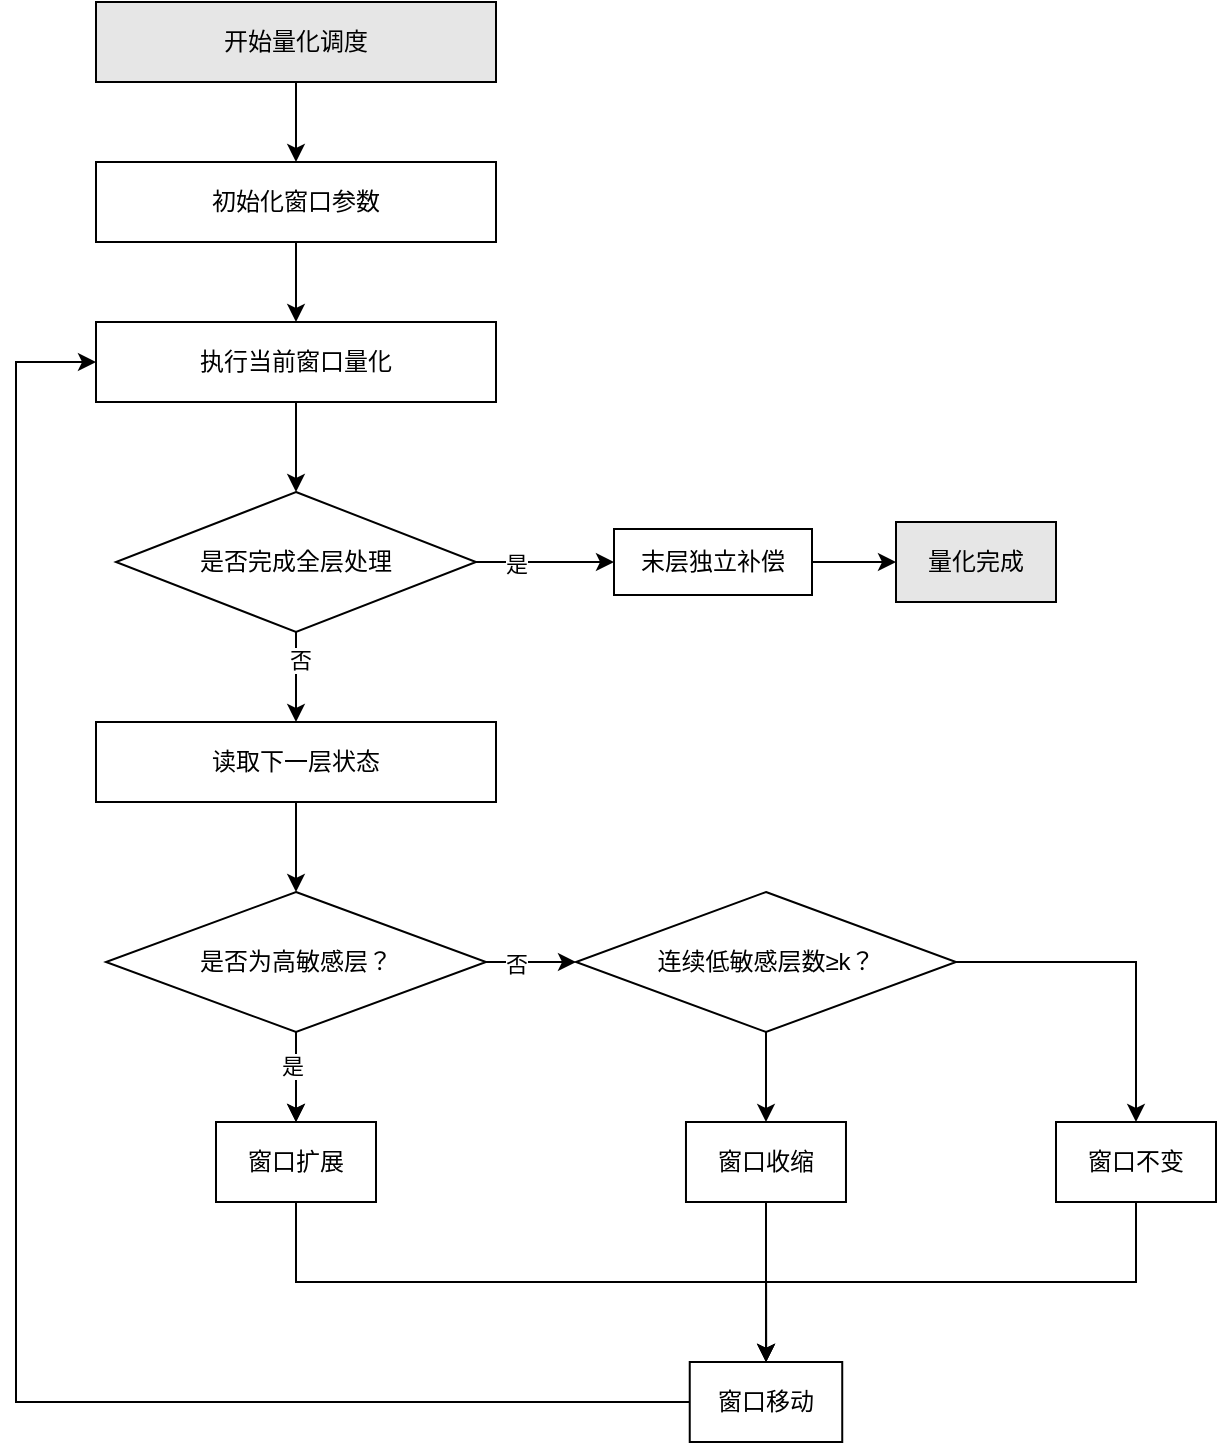
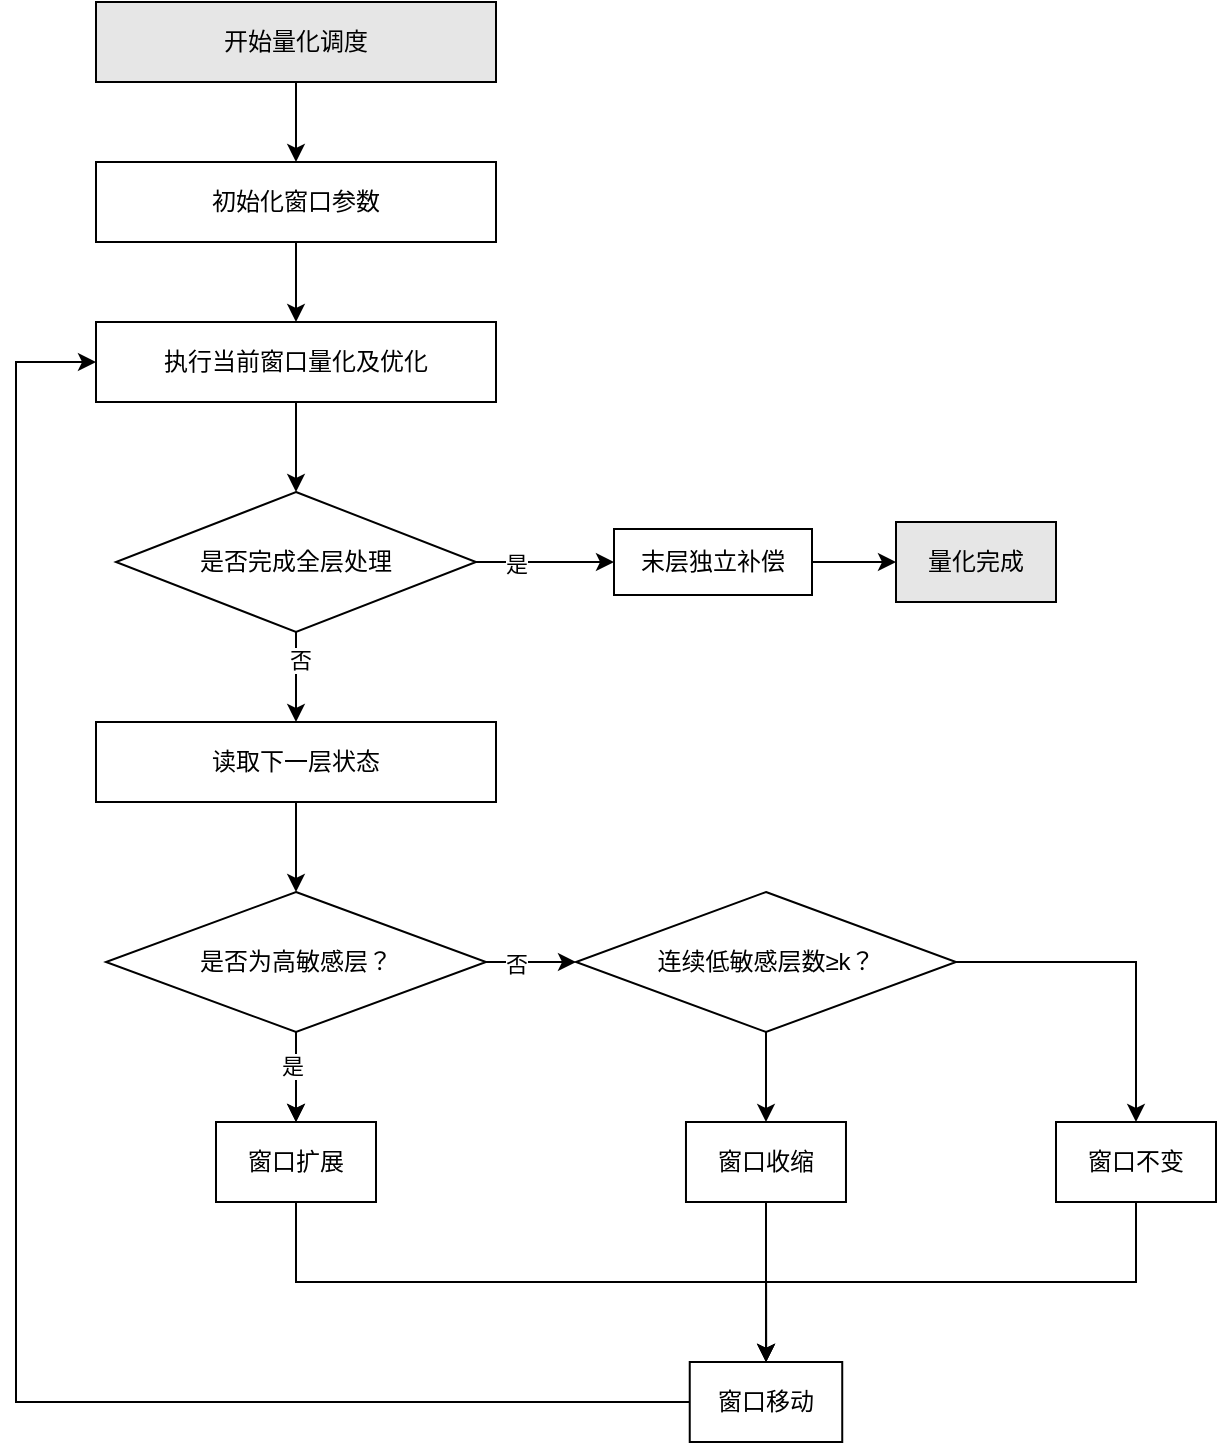
<mxfile host="app.diagrams.net">
  <diagram name="第 1 页" id="Gvp_QINvHkrtnrZvX9Gv">
-     <mxGraphModel dx="1534" dy="870" grid="1" gridSize="10" guides="1" tooltips="1" connect="1" arrows="1" fold="1" page="1" pageScale="1" pageWidth="827" pageHeight="1169" math="0" shadow="0">
+     <mxGraphModel dx="1534" dy="870" grid="0" gridSize="10" guides="1" tooltips="1" connect="1" arrows="1" fold="1" page="1" pageScale="1" pageWidth="827" pageHeight="1169" math="0" shadow="0">
      <root>
        <mxCell id="0" />
        <mxCell id="1" parent="0" />
        <mxCell id="nwyGrwcWHfGIsw75jdyE-1" edge="1" parent="1" source="nwyGrwcWHfGIsw75jdyE-2" style="edgeStyle=orthogonalEdgeStyle;rounded=0;orthogonalLoop=1;jettySize=auto;html=1;" target="nwyGrwcWHfGIsw75jdyE-4" value="">
          <mxGeometry relative="1" as="geometry" />
        </mxCell>
        <mxCell id="nwyGrwcWHfGIsw75jdyE-2" parent="1" style="rounded=0;whiteSpace=wrap;html=1;fillColor=#E6E6E6;" value="开始量化调度" vertex="1">
          <mxGeometry height="40" width="200" x="241" y="157" as="geometry" />
        </mxCell>
        <mxCell id="nwyGrwcWHfGIsw75jdyE-3" edge="1" parent="1" source="nwyGrwcWHfGIsw75jdyE-4" style="edgeStyle=orthogonalEdgeStyle;rounded=0;orthogonalLoop=1;jettySize=auto;html=1;" target="nwyGrwcWHfGIsw75jdyE-6" value="">
          <mxGeometry relative="1" as="geometry" />
        </mxCell>
        <mxCell id="nwyGrwcWHfGIsw75jdyE-4" parent="1" style="rounded=0;whiteSpace=wrap;html=1;" value="初始化窗口参数" vertex="1">
          <mxGeometry height="40" width="200" x="241" y="237" as="geometry" />
        </mxCell>
        <mxCell id="nwyGrwcWHfGIsw75jdyE-5" edge="1" parent="1" source="nwyGrwcWHfGIsw75jdyE-6" style="edgeStyle=orthogonalEdgeStyle;rounded=0;orthogonalLoop=1;jettySize=auto;html=1;" target="nwyGrwcWHfGIsw75jdyE-11" value="">
          <mxGeometry relative="1" as="geometry" />
        </mxCell>
-         <mxCell id="nwyGrwcWHfGIsw75jdyE-6" parent="1" style="rounded=0;whiteSpace=wrap;html=1;" value="执行当前窗口量化" vertex="1">
+         <mxCell id="nwyGrwcWHfGIsw75jdyE-6" parent="1" style="rounded=0;whiteSpace=wrap;html=1;" value="执行当前窗口量化及优化" vertex="1">
          <mxGeometry height="40" width="200" x="241" y="317" as="geometry" />
        </mxCell>
        <mxCell id="nwyGrwcWHfGIsw75jdyE-7" edge="1" parent="1" source="nwyGrwcWHfGIsw75jdyE-11" style="edgeStyle=orthogonalEdgeStyle;rounded=0;orthogonalLoop=1;jettySize=auto;html=1;" target="nwyGrwcWHfGIsw75jdyE-13" value="">
          <mxGeometry relative="1" as="geometry" />
        </mxCell>
        <mxCell id="nwyGrwcWHfGIsw75jdyE-8" connectable="0" parent="nwyGrwcWHfGIsw75jdyE-7" style="edgeLabel;html=1;align=center;verticalAlign=middle;resizable=0;points=[];" value="否" vertex="1">
          <mxGeometry relative="1" x="-0.38" y="2" as="geometry">
            <mxPoint as="offset" />
          </mxGeometry>
        </mxCell>
        <mxCell id="nwyGrwcWHfGIsw75jdyE-9" edge="1" parent="1" source="nwyGrwcWHfGIsw75jdyE-11" style="edgeStyle=orthogonalEdgeStyle;rounded=0;orthogonalLoop=1;jettySize=auto;html=1;" target="nwyGrwcWHfGIsw75jdyE-15" value="">
          <mxGeometry relative="1" as="geometry" />
        </mxCell>
        <mxCell id="nwyGrwcWHfGIsw75jdyE-10" connectable="0" parent="nwyGrwcWHfGIsw75jdyE-9" style="edgeLabel;html=1;align=center;verticalAlign=middle;resizable=0;points=[];" value="是" vertex="1">
          <mxGeometry relative="1" x="-0.4133" y="-1" as="geometry">
            <mxPoint as="offset" />
          </mxGeometry>
        </mxCell>
        <mxCell id="nwyGrwcWHfGIsw75jdyE-11" parent="1" style="rhombus;whiteSpace=wrap;html=1;" value="是否完成全层处理" vertex="1">
          <mxGeometry height="70" width="180" x="251" y="402" as="geometry" />
        </mxCell>
        <mxCell id="nwyGrwcWHfGIsw75jdyE-12" edge="1" parent="1" source="nwyGrwcWHfGIsw75jdyE-13" style="edgeStyle=orthogonalEdgeStyle;rounded=0;orthogonalLoop=1;jettySize=auto;html=1;" target="nwyGrwcWHfGIsw75jdyE-22" value="">
          <mxGeometry relative="1" as="geometry" />
        </mxCell>
        <mxCell id="nwyGrwcWHfGIsw75jdyE-13" parent="1" style="rounded=0;whiteSpace=wrap;html=1;" value="读取下一层状态" vertex="1">
          <mxGeometry height="40" width="200" x="241" y="517" as="geometry" />
        </mxCell>
        <mxCell id="nwyGrwcWHfGIsw75jdyE-14" edge="1" parent="1" source="nwyGrwcWHfGIsw75jdyE-15" style="edgeStyle=orthogonalEdgeStyle;rounded=0;orthogonalLoop=1;jettySize=auto;html=1;" target="nwyGrwcWHfGIsw75jdyE-16" value="">
          <mxGeometry relative="1" as="geometry" />
        </mxCell>
        <mxCell id="nwyGrwcWHfGIsw75jdyE-15" parent="1" style="rounded=0;whiteSpace=wrap;html=1;" value="末层独立补偿" vertex="1">
          <mxGeometry height="33" width="99" x="500" y="420.5" as="geometry" />
        </mxCell>
        <mxCell id="nwyGrwcWHfGIsw75jdyE-16" parent="1" style="rounded=0;whiteSpace=wrap;html=1;fillColor=#E6E6E6;" value="量化完成" vertex="1">
          <mxGeometry height="40" width="80" x="641" y="417" as="geometry" />
        </mxCell>
        <mxCell id="nwyGrwcWHfGIsw75jdyE-17" edge="1" parent="1" source="nwyGrwcWHfGIsw75jdyE-22" style="edgeStyle=orthogonalEdgeStyle;rounded=0;orthogonalLoop=1;jettySize=auto;html=1;" target="nwyGrwcWHfGIsw75jdyE-24" value="">
          <mxGeometry relative="1" as="geometry" />
        </mxCell>
        <mxCell id="nwyGrwcWHfGIsw75jdyE-18" edge="1" parent="1" source="nwyGrwcWHfGIsw75jdyE-22" style="edgeStyle=orthogonalEdgeStyle;rounded=0;orthogonalLoop=1;jettySize=auto;html=1;" target="nwyGrwcWHfGIsw75jdyE-24" value="">
          <mxGeometry relative="1" as="geometry" />
        </mxCell>
        <mxCell id="nwyGrwcWHfGIsw75jdyE-19" connectable="0" parent="nwyGrwcWHfGIsw75jdyE-18" style="edgeLabel;html=1;align=center;verticalAlign=middle;resizable=0;points=[];" value="是" vertex="1">
          <mxGeometry relative="1" x="-0.2599" y="-2" as="geometry">
            <mxPoint as="offset" />
          </mxGeometry>
        </mxCell>
        <mxCell id="nwyGrwcWHfGIsw75jdyE-20" edge="1" parent="1" source="nwyGrwcWHfGIsw75jdyE-22" style="edgeStyle=orthogonalEdgeStyle;rounded=0;orthogonalLoop=1;jettySize=auto;html=1;" target="nwyGrwcWHfGIsw75jdyE-27" value="">
          <mxGeometry relative="1" as="geometry" />
        </mxCell>
        <mxCell id="nwyGrwcWHfGIsw75jdyE-21" connectable="0" parent="nwyGrwcWHfGIsw75jdyE-20" style="edgeLabel;html=1;align=center;verticalAlign=middle;resizable=0;points=[];" value="否" vertex="1">
          <mxGeometry relative="1" x="-0.3481" y="-1" as="geometry">
            <mxPoint as="offset" />
          </mxGeometry>
        </mxCell>
        <mxCell id="nwyGrwcWHfGIsw75jdyE-22" parent="1" style="rhombus;whiteSpace=wrap;html=1;rounded=0;" value="是否为高敏感层？" vertex="1">
          <mxGeometry height="70" width="190" x="246" y="602" as="geometry" />
        </mxCell>
        <mxCell id="nwyGrwcWHfGIsw75jdyE-23" edge="1" parent="1" source="nwyGrwcWHfGIsw75jdyE-24" style="edgeStyle=orthogonalEdgeStyle;rounded=0;orthogonalLoop=1;jettySize=auto;html=1;exitX=0.5;exitY=1;exitDx=0;exitDy=0;" target="nwyGrwcWHfGIsw75jdyE-33" value="">
          <mxGeometry relative="1" as="geometry" />
        </mxCell>
        <mxCell id="nwyGrwcWHfGIsw75jdyE-24" parent="1" style="whiteSpace=wrap;html=1;rounded=0;" value="窗口扩展" vertex="1">
          <mxGeometry height="40" width="80" x="301" y="717" as="geometry" />
        </mxCell>
        <mxCell id="nwyGrwcWHfGIsw75jdyE-25" edge="1" parent="1" source="nwyGrwcWHfGIsw75jdyE-27" style="edgeStyle=orthogonalEdgeStyle;rounded=0;orthogonalLoop=1;jettySize=auto;html=1;" target="nwyGrwcWHfGIsw75jdyE-29" value="">
          <mxGeometry relative="1" as="geometry" />
        </mxCell>
        <mxCell id="nwyGrwcWHfGIsw75jdyE-26" edge="1" parent="1" source="nwyGrwcWHfGIsw75jdyE-27" style="edgeStyle=orthogonalEdgeStyle;rounded=0;orthogonalLoop=1;jettySize=auto;html=1;" target="nwyGrwcWHfGIsw75jdyE-31" value="">
          <mxGeometry relative="1" as="geometry" />
        </mxCell>
        <mxCell id="nwyGrwcWHfGIsw75jdyE-27" parent="1" style="rhombus;whiteSpace=wrap;html=1;rounded=0;" value="连续低敏感层数≥k？" vertex="1">
          <mxGeometry height="70" width="190" x="481" y="602" as="geometry" />
        </mxCell>
        <mxCell id="nwyGrwcWHfGIsw75jdyE-28" edge="1" parent="1" source="nwyGrwcWHfGIsw75jdyE-29" style="edgeStyle=orthogonalEdgeStyle;rounded=0;orthogonalLoop=1;jettySize=auto;html=1;" target="nwyGrwcWHfGIsw75jdyE-33" value="">
          <mxGeometry relative="1" as="geometry" />
        </mxCell>
        <mxCell id="nwyGrwcWHfGIsw75jdyE-29" parent="1" style="rounded=0;whiteSpace=wrap;html=1;" value="窗口收缩" vertex="1">
          <mxGeometry height="40" width="80" x="535.99" y="717" as="geometry" />
        </mxCell>
        <mxCell id="nwyGrwcWHfGIsw75jdyE-30" edge="1" parent="1" source="nwyGrwcWHfGIsw75jdyE-31" style="edgeStyle=orthogonalEdgeStyle;rounded=0;orthogonalLoop=1;jettySize=auto;html=1;exitX=0.5;exitY=1;exitDx=0;exitDy=0;entryX=0.5;entryY=0;entryDx=0;entryDy=0;" target="nwyGrwcWHfGIsw75jdyE-33">
          <mxGeometry relative="1" as="geometry" />
        </mxCell>
        <mxCell id="nwyGrwcWHfGIsw75jdyE-31" parent="1" style="whiteSpace=wrap;html=1;rounded=0;" value="窗口不变" vertex="1">
          <mxGeometry height="40" width="80" x="721" y="717" as="geometry" />
        </mxCell>
        <mxCell id="nwyGrwcWHfGIsw75jdyE-32" edge="1" parent="1" source="nwyGrwcWHfGIsw75jdyE-33" style="edgeStyle=orthogonalEdgeStyle;rounded=0;orthogonalLoop=1;jettySize=auto;html=1;entryX=0;entryY=0.5;entryDx=0;entryDy=0;" target="nwyGrwcWHfGIsw75jdyE-6">
          <mxGeometry relative="1" as="geometry">
            <Array as="points">
              <mxPoint x="201" y="857" />
              <mxPoint x="201" y="337" />
            </Array>
          </mxGeometry>
        </mxCell>
        <mxCell id="nwyGrwcWHfGIsw75jdyE-33" parent="1" style="whiteSpace=wrap;html=1;rounded=0;" value="窗口移动" vertex="1">
          <mxGeometry height="40" width="76.25" x="537.87" y="837" as="geometry" />
        </mxCell>
      </root>
    </mxGraphModel>
  </diagram>
</mxfile>
